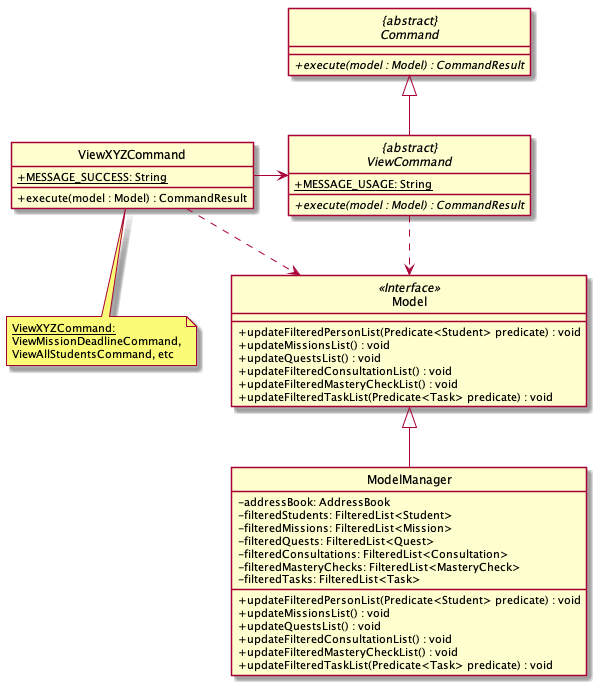
Earlier version of the PlantUML export docs/images/ViewCommandClassDiagram.png (wireseo/tp).
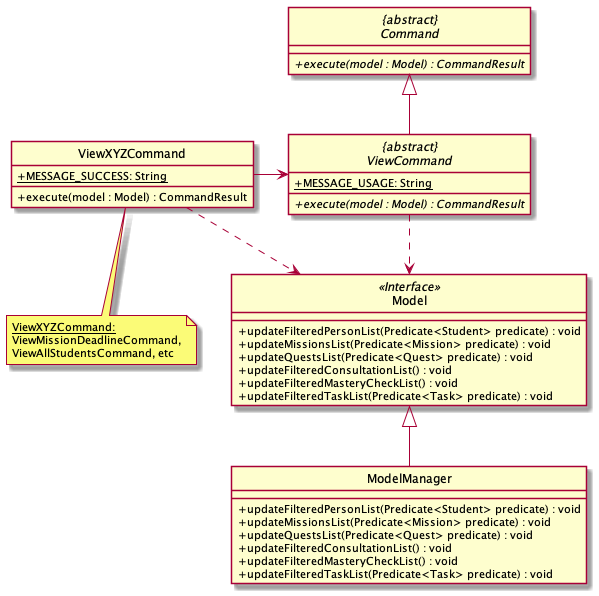
After the commit.

Commit message:
update view command

Diff of the diagram source:
```diff
@@ -9,25 +9,17 @@
 
 class Model <<Interface>> {
     + updateFilteredPersonList(Predicate<Student> predicate) : void
-    + updateMissionsList() : void
-    + updateQuestsList() : void
+    + updateMissionsList(Predicate<Mission> predicate) : void
+    + updateQuestsList(Predicate<Quest> predicate) : void
     + updateFilteredConsultationList() : void
     + updateFilteredMasteryCheckList() : void
     + updateFilteredTaskList(Predicate<Task> predicate) : void
 }
 
 class ModelManager {
-    - addressBook: AddressBook
-    - filteredStudents: FilteredList<Student>
-    - filteredMissions: FilteredList<Mission>
-    - filteredQuests: FilteredList<Quest>
-    - filteredConsultations: FilteredList<Consultation>
-    - filteredMasteryChecks: FilteredList<MasteryCheck>
-    - filteredTasks: FilteredList<Task>
-
     + updateFilteredPersonList(Predicate<Student> predicate) : void
-    + updateMissionsList() : void
-    + updateQuestsList() : void
+    + updateMissionsList(Predicate<Mission> predicate) : void
+    + updateQuestsList(Predicate<Quest> predicate) : void
     + updateFilteredConsultationList() : void
     + updateFilteredMasteryCheckList() : void
     + updateFilteredTaskList(Predicate<Task> predicate) : void
```
